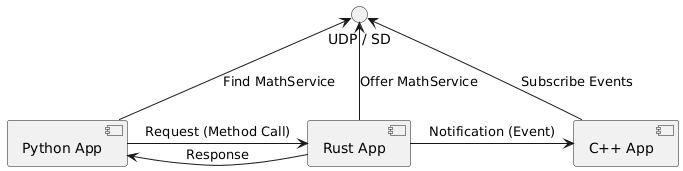
Before: docs/images/integrated_apps_interaction.png, a diagram exported from PlantUML (arunj123/fusion-hawking).
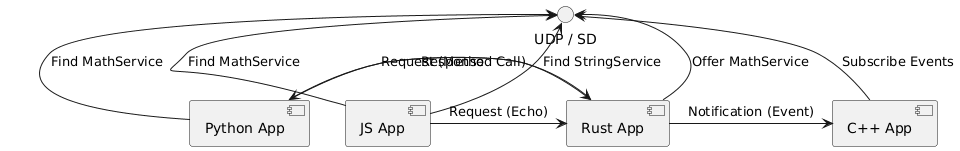
After the change.

What changed in the source:
```diff
@@ -2,14 +2,19 @@
 component "Rust App" as R
 component "Python App" as P
 component "C++ App" as Cpp
+
+component "JS App" as J
 
 interface "UDP / SD" as Net
 
 R -down-> Net : Offer MathService
 P -up-> Net : Find MathService
 Cpp -up-> Net : Subscribe Events
+J -up-> Net : Find MathService
+J -up-> Net : Find StringService
 
 P -> R : Request (Method Call)
 R -> P : Response
 R -> Cpp : Notification (Event)
+J -> R : Request (Echo)
 @enduml
```
